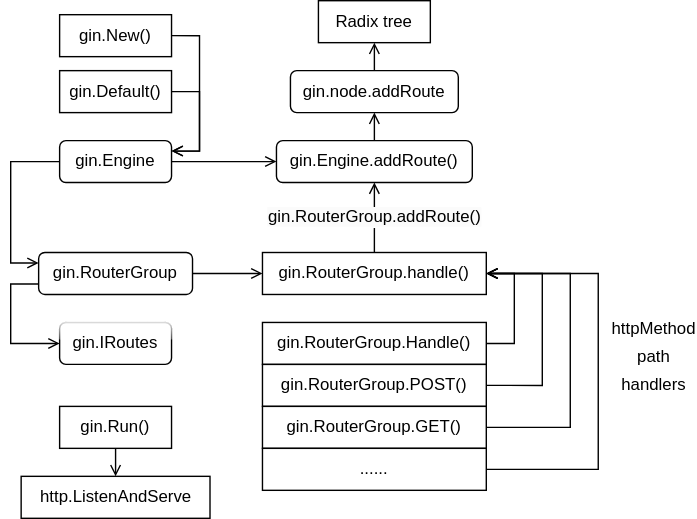
This is Draw/Go/gin.drawio.svg from Zhangbokai614/draw, a draw.io export, as it was before one commit. Source tidied: cells renumbered, new cells last; positions are measured from the earlier drawing's top-left corner, leaving out a move shared by most shapes.
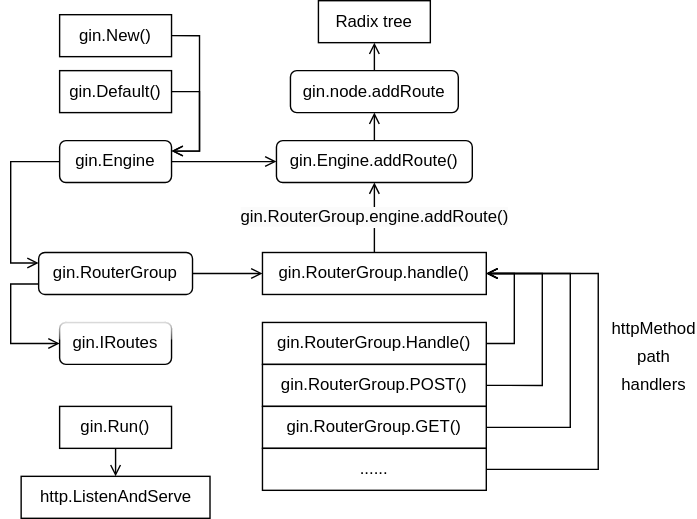
Later version of the same file.

Diff of the diagram source:
```diff
@@ -57,7 +57,7 @@
     <mxCell id="16" value="gin.RouterGroup.Handle()" style="rounded=0;whiteSpace=wrap;html=1;" parent="1" vertex="1">
       <mxGeometry x="180" y="230" width="160" height="30" as="geometry" />
     </mxCell>
-    <mxCell id="17" value="&lt;span style=&quot;color: rgb(0, 0, 0); font-family: Helvetica; font-size: 12px; font-style: normal; font-variant-ligatures: normal; font-variant-caps: normal; font-weight: 400; letter-spacing: normal; orphans: 2; text-align: center; text-indent: 0px; text-transform: none; widows: 2; word-spacing: 0px; -webkit-text-stroke-width: 0px; background-color: rgb(251, 251, 251); text-decoration-thickness: initial; text-decoration-style: initial; text-decoration-color: initial; float: none; display: inline !important;&quot;&gt;gin.RouterGroup.addRoute()&lt;/span&gt;" style="edgeStyle=orthogonalEdgeStyle;rounded=0;jettySize=auto;html=1;exitX=0.5;exitY=0;exitDx=0;exitDy=0;entryX=0.5;entryY=1;entryDx=0;entryDy=0;endArrow=open;endFill=0;" parent="1" edge="1" source="18" target="31">
+    <mxCell id="17" value="&lt;span style=&quot;color: rgb(0, 0, 0); font-family: Helvetica; font-size: 12px; font-style: normal; font-variant-ligatures: normal; font-variant-caps: normal; font-weight: 400; letter-spacing: normal; orphans: 2; text-align: center; text-indent: 0px; text-transform: none; widows: 2; word-spacing: 0px; -webkit-text-stroke-width: 0px; background-color: rgb(251, 251, 251); text-decoration-thickness: initial; text-decoration-style: initial; text-decoration-color: initial; float: none; display: inline !important;&quot;&gt;gin.RouterGroup.engine.addRoute()&lt;/span&gt;" style="edgeStyle=orthogonalEdgeStyle;rounded=0;jettySize=auto;html=1;exitX=0.5;exitY=0;exitDx=0;exitDy=0;entryX=0.5;entryY=1;entryDx=0;entryDy=0;endArrow=open;endFill=0;" parent="1" edge="1" source="18" target="31">
       <mxGeometry relative="1" as="geometry" />
     </mxCell>
     <mxCell id="18" value="gin.RouterGroup.handle()" style="rounded=0;whiteSpace=wrap;html=1;" parent="1" vertex="1">
```
